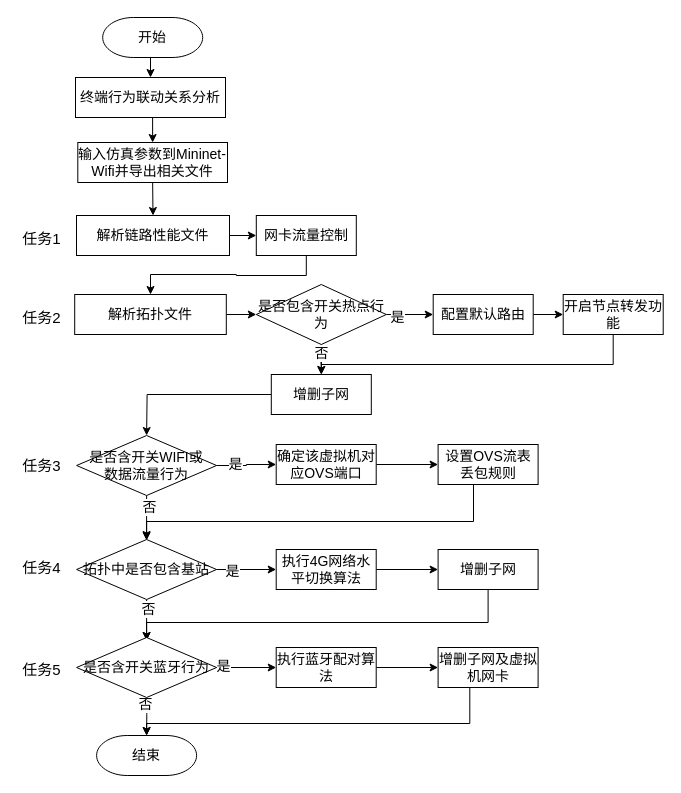
This is page "use_动态拓扑及链路性能仿真流程图" (12 of 13) of 网络控制技术_流程图.drawio from Icarus1994/neutron_conf, a draw.io file, before an edit. Source tidied: cells renumbered, new cells numbered last; positions are measured from the earlier drawing's top-left corner, leaving out a move shared by most shapes. Both pictures are drawn from the tidied source at 100%, with x=0, y=0 at pixel (17, 17).
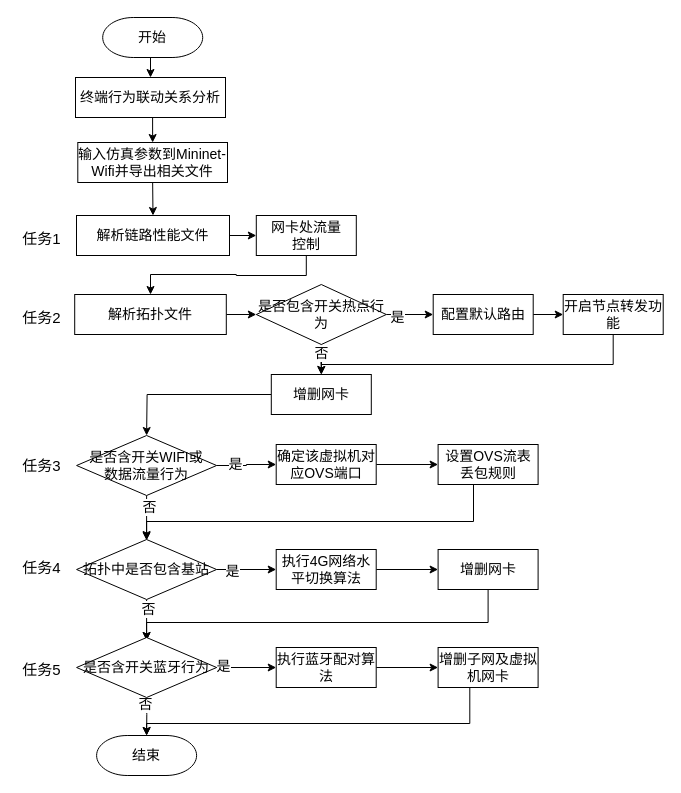
After the change.

Commit message:
Update 网络控制技术_流程图.drawio

Diff of the diagram source:
```diff
@@
-    <mxCell id="25" value="增删子网" style="rounded=0;whiteSpace=wrap;html=1;strokeWidth=1;fontSize=14;" parent="1" vertex="1">
+    <mxCell id="25" value="增删网卡" style="rounded=0;whiteSpace=wrap;html=1;strokeWidth=1;fontSize=14;" parent="1" vertex="1">
       <mxGeometry x="420.6" y="532" width="100" height="40" as="geometry" />
     </mxCell>
@@
-    <mxCell id="34" value="增删子网" style="rounded=0;whiteSpace=wrap;html=1;strokeWidth=1;fontSize=14;" parent="1" vertex="1">
+    <mxCell id="34" value="增删网卡" style="rounded=0;whiteSpace=wrap;html=1;strokeWidth=1;fontSize=14;" parent="1" vertex="1">
       <mxGeometry x="253.8" y="357" width="100" height="40" as="geometry" />
     </mxCell>
@@
-    <mxCell id="52" value="网卡流量控制" style="rounded=0;whiteSpace=wrap;html=1;strokeWidth=1;fontSize=14;" parent="1" vertex="1">
+    <mxCell id="52" value="网卡处流量&lt;br&gt;控制" style="rounded=0;whiteSpace=wrap;html=1;strokeWidth=1;fontSize=14;" parent="1" vertex="1">
       <mxGeometry x="238.8" y="198" width="100" height="40" as="geometry" />
     </mxCell>
```
